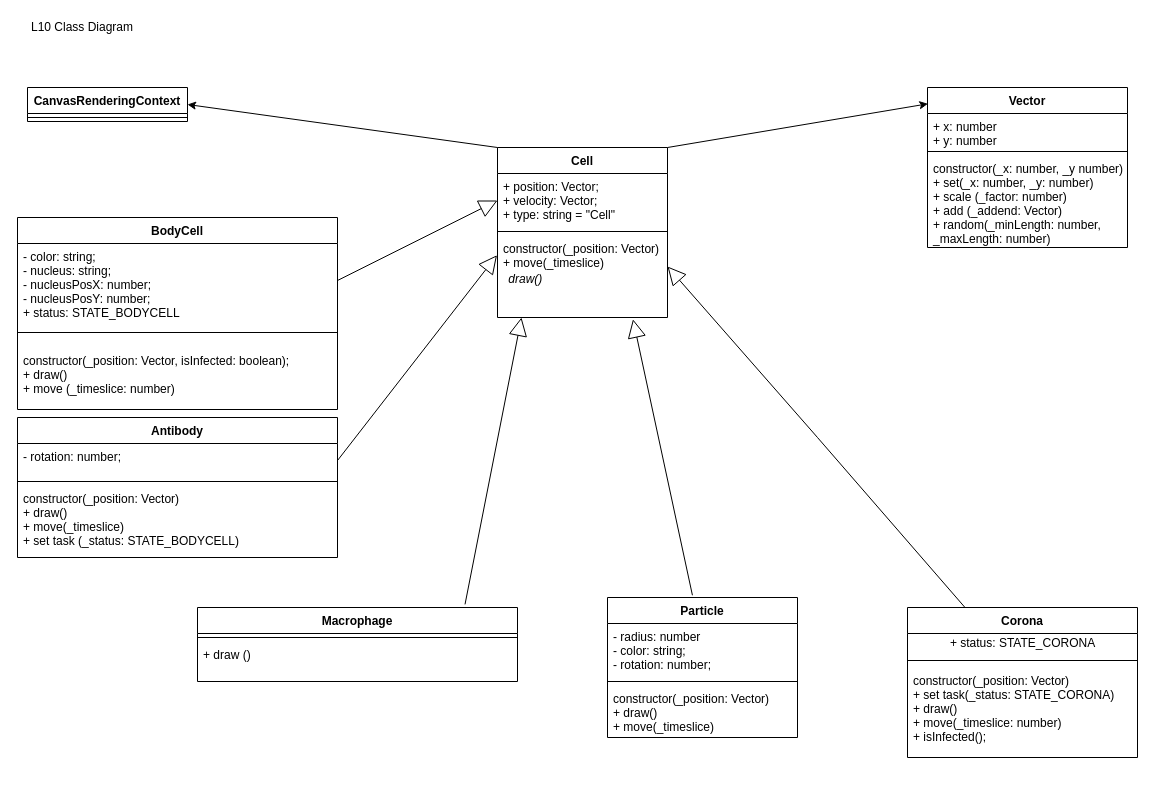
Before: L11_Advanced/Abgabe/Konzeption/L11_ClassDiagram.drawio in KohlerAl/EIA2, a draw.io diagram. Source tidied: cells renumbered, new cells numbered last; positions are measured from the earlier drawing's top-left corner, leaving out a move shared by most shapes. Both pictures are drawn from the tidied source at 100%, with x=0, y=0 at pixel (17, 17).
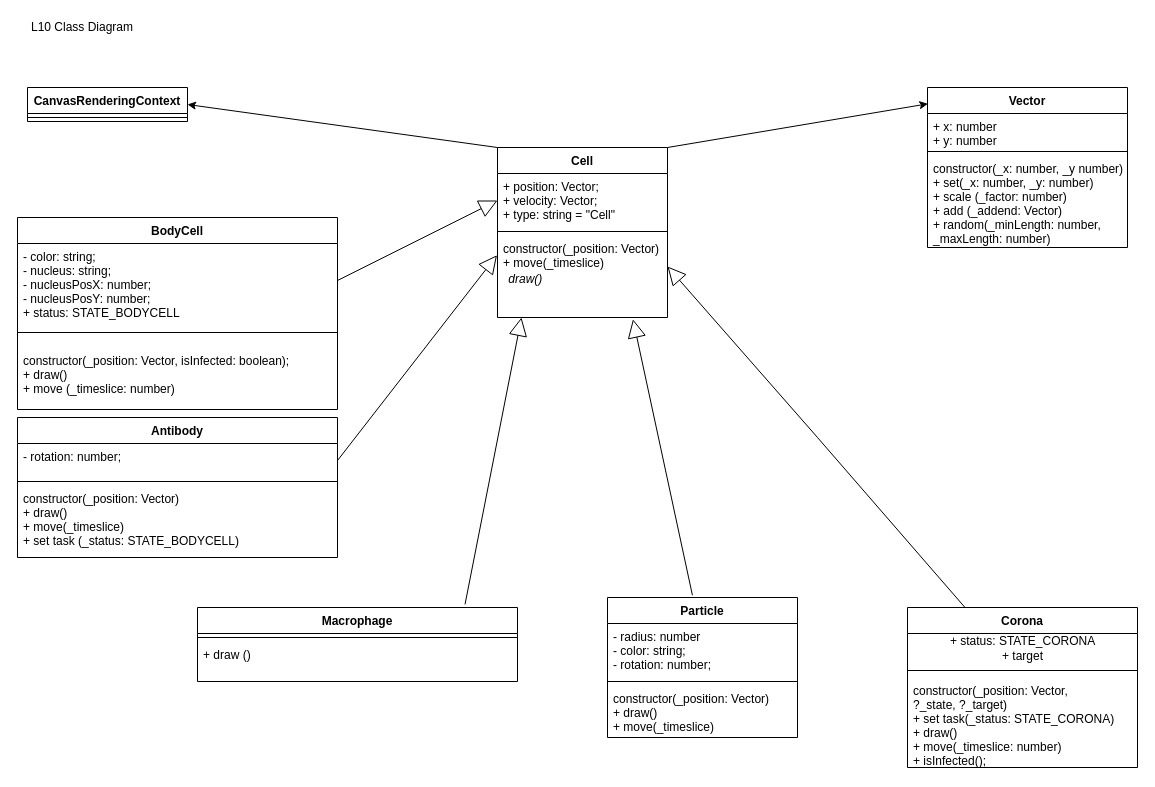
The same diagram, later.

The edit, as a diff of the source:
```diff
@@
     <mxCell id="9" value="Corona" style="swimlane;fontStyle=1;align=center;verticalAlign=top;horizontal=1;startSize=26;" parent="1" vertex="1">
-      <mxGeometry x="890" y="590" width="230" height="150" as="geometry" />
+      <mxGeometry x="890" y="590" width="230" height="160" as="geometry" />
     </mxCell>
-    <mxCell id="10" value="+ status: STATE_CORONA" style="text;html=1;align=center;verticalAlign=middle;" parent="9" vertex="1">
-      <mxGeometry y="26" width="230" height="20" as="geometry" />
+    <mxCell id="10" value="+ status: STATE_CORONA&lt;br&gt;+ target" style="text;html=1;align=center;verticalAlign=middle;" parent="9" vertex="1">
+      <mxGeometry y="26" width="230" height="30" as="geometry" />
     </mxCell>
     <mxCell id="11" style="line;strokeWidth=1;fillColor=none;align=left;verticalAlign=middle;spacingTop=-1;spacingLeft=3;spacingRight=3;labelPosition=right;" parent="9" vertex="1">
-      <mxGeometry y="46" width="230" height="14" as="geometry" />
+      <mxGeometry y="56" width="230" height="14" as="geometry" />
     </mxCell>
-    <mxCell id="12" value="constructor(_position: Vector)&#10;+ set task(_status: STATE_CORONA)&#10;+ draw()&#10;+ move(_timeslice: number)&#10;+ isInfected();&#10;" style="text;strokeColor=none;fillColor=none;align=left;verticalAlign=top;spacingLeft=4;spacingRight=4;overflow=hidden;" parent="9" vertex="1">
-      <mxGeometry y="60" width="230" height="90" as="geometry" />
+    <mxCell id="12" value="constructor(_position: Vector, &#10;?_state, ?_target)&#10;+ set task(_status: STATE_CORONA)&#10;+ draw()&#10;+ move(_timeslice: number)&#10;+ isInfected();&#10;" style="text;strokeColor=none;fillColor=none;align=left;verticalAlign=top;spacingLeft=4;spacingRight=4;overflow=hidden;" parent="9" vertex="1">
+      <mxGeometry y="70" width="230" height="90" as="geometry" />
     </mxCell>
```
